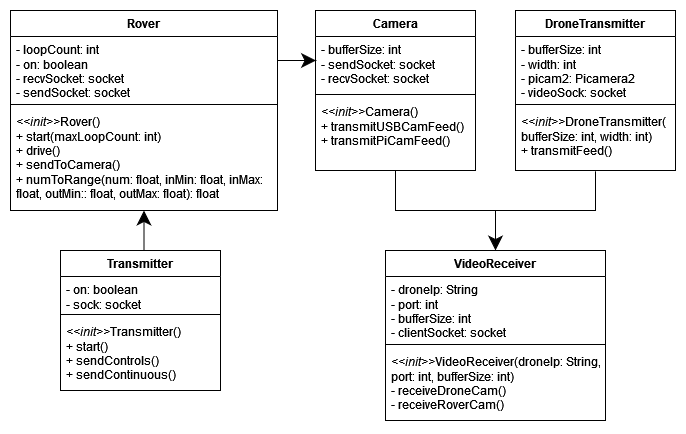
Earlier version of the draw.io export docs/WARDENUMLDiagram.png (njii-comet-2024/WARDEN). Source tidied: cells renumbered, new cells last; positions are measured from the earlier drawing's top-left corner, leaving out a move shared by most shapes. Source of this version:
```xml
<mxGraphModel background="#ffffff">
  <root>
    <mxCell id="0" />
    <mxCell id="1" parent="0" />
    <mxCell id="2" value="Rover" style="swimlane;fontStyle=1;align=center;verticalAlign=top;horizontal=1;startSize=26;whiteSpace=wrap;html=1;" parent="1" vertex="1">
      <mxGeometry width="267" height="200" as="geometry" />
    </mxCell>
    <mxCell id="3" value="&lt;div&gt;- loopCount: int&lt;/div&gt;&lt;div&gt;- on: boolean&lt;br&gt;&lt;/div&gt;&lt;div&gt;- recvSocket: socket&lt;/div&gt;&lt;div&gt;- sendSocket: socket&lt;br&gt;&lt;/div&gt;" style="text;strokeColor=none;fillColor=none;align=left;verticalAlign=top;spacingLeft=4;spacingRight=4;overflow=hidden;whiteSpace=wrap;html=1;" parent="2" vertex="1">
      <mxGeometry y="26" width="267" height="64" as="geometry" />
    </mxCell>
    <mxCell id="4" style="line;strokeWidth=1;fillColor=none;align=left;verticalAlign=middle;spacingTop=-1;spacingLeft=3;spacingRight=3;labelPosition=right;strokeColor=inherit;" parent="2" vertex="1">
      <mxGeometry y="90" width="267" height="8" as="geometry" />
    </mxCell>
    <mxCell id="5" value="&lt;div&gt;&lt;i&gt;&amp;lt;&amp;lt;init&amp;gt;&amp;gt;&lt;/i&gt;Rover()&lt;/div&gt;&lt;div&gt;+ start(maxLoopCount: int)&lt;/div&gt;&lt;div&gt;+ drive()&lt;/div&gt;&lt;div&gt;+ sendToCamera()&lt;br&gt;&lt;/div&gt;&lt;div&gt;+ numToRange(num: float, inMin: float, inMax: float, outMin:: float, outMax: float): float&lt;br&gt;&lt;/div&gt;" style="text;strokeColor=none;fillColor=none;align=left;verticalAlign=top;spacingLeft=4;spacingRight=4;overflow=hidden;points=[[0,0.5],[1,0.5]];portConstraint=eastwest;whiteSpace=wrap;html=1;" parent="2" vertex="1">
      <mxGeometry y="98" width="267" height="102" as="geometry" />
    </mxCell>
    <mxCell id="6" value="Camera" style="swimlane;fontStyle=1;align=center;verticalAlign=top;horizontal=1;startSize=26;whiteSpace=wrap;html=1;" parent="1" vertex="1">
      <mxGeometry x="305" width="160" height="160" as="geometry" />
    </mxCell>
    <mxCell id="7" value="&lt;div&gt;- bufferSize: int&lt;/div&gt;&lt;div&gt;- sendSocket: socket&lt;/div&gt;&lt;div&gt;- recvSocket: socket&lt;/div&gt;&lt;div&gt;&lt;br&gt;&lt;/div&gt;" style="text;strokeColor=none;fillColor=none;align=left;verticalAlign=top;spacingLeft=4;spacingRight=4;overflow=hidden;points=[[0,0.5],[1,0.5]];portConstraint=eastwest;whiteSpace=wrap;html=1;" parent="6" vertex="1">
      <mxGeometry y="26" width="160" height="54" as="geometry" />
    </mxCell>
    <mxCell id="8" style="line;strokeWidth=1;fillColor=none;align=left;verticalAlign=middle;spacingTop=-1;spacingLeft=3;spacingRight=3;labelPosition=right;strokeColor=inherit;" parent="6" vertex="1">
      <mxGeometry y="80" width="160" height="8" as="geometry" />
    </mxCell>
    <mxCell id="9" value="&lt;div&gt;&lt;i&gt;&amp;lt;&amp;lt;init&amp;gt;&amp;gt;&lt;/i&gt;Camera()&lt;/div&gt;&lt;div&gt;+ transmitUSBCamFeed()&lt;/div&gt;&lt;div&gt;+ transmitPiCamFeed()&lt;br&gt;&lt;/div&gt;" style="text;strokeColor=none;fillColor=none;align=left;verticalAlign=top;spacingLeft=4;spacingRight=4;overflow=hidden;whiteSpace=wrap;html=1;" parent="6" vertex="1">
      <mxGeometry y="88" width="160" height="72" as="geometry" />
    </mxCell>
    <mxCell id="10" value="Transmitter" style="swimlane;fontStyle=1;align=center;verticalAlign=top;horizontal=1;startSize=26;whiteSpace=wrap;html=1;" parent="1" vertex="1">
      <mxGeometry x="50" y="240" width="160" height="140" as="geometry" />
    </mxCell>
    <mxCell id="11" value="&lt;div&gt;- on: boolean&lt;/div&gt;&lt;div&gt;- sock: socket&lt;br&gt;&lt;/div&gt;" style="text;strokeColor=none;fillColor=none;align=left;verticalAlign=top;spacingLeft=4;spacingRight=4;overflow=hidden;whiteSpace=wrap;html=1;" parent="10" vertex="1">
      <mxGeometry y="26" width="160" height="34" as="geometry" />
    </mxCell>
    <mxCell id="12" style="line;strokeWidth=1;fillColor=none;align=left;verticalAlign=middle;spacingTop=-1;spacingLeft=3;spacingRight=3;labelPosition=right;strokeColor=inherit;" parent="10" vertex="1">
      <mxGeometry y="60" width="160" height="8" as="geometry" />
    </mxCell>
    <mxCell id="13" value="&lt;div&gt;&lt;i&gt;&amp;lt;&amp;lt;init&amp;gt;&amp;gt;&lt;/i&gt;Transmitter()&lt;/div&gt;&lt;div&gt;+ start()&lt;/div&gt;&lt;div&gt;+ sendControls()&lt;/div&gt;&lt;div&gt;+ sendContinuous()&lt;br&gt;&lt;/div&gt;" style="text;strokeColor=none;fillColor=none;align=left;verticalAlign=top;spacingLeft=4;spacingRight=4;overflow=hidden;whiteSpace=wrap;html=1;" parent="10" vertex="1">
      <mxGeometry y="68" width="160" height="72" as="geometry" />
    </mxCell>
    <mxCell id="14" value="DroneTransmitter" style="swimlane;fontStyle=1;align=center;verticalAlign=top;horizontal=1;startSize=26;whiteSpace=wrap;html=1;" parent="1" vertex="1">
      <mxGeometry x="505" width="160" height="160" as="geometry" />
    </mxCell>
    <mxCell id="15" value="&lt;div&gt;- bufferSize: int&lt;/div&gt;&lt;div&gt;- width: int&lt;/div&gt;&lt;div&gt;- picam2: Picamera2&lt;/div&gt;&lt;div&gt;- videoSock: socket&lt;br&gt;&lt;/div&gt;" style="text;strokeColor=none;fillColor=none;align=left;verticalAlign=top;spacingLeft=4;spacingRight=4;overflow=hidden;whiteSpace=wrap;html=1;" parent="14" vertex="1">
      <mxGeometry y="26" width="160" height="64" as="geometry" />
    </mxCell>
    <mxCell id="16" style="line;strokeWidth=1;fillColor=none;align=left;verticalAlign=middle;spacingTop=-1;spacingLeft=3;spacingRight=3;labelPosition=right;strokeColor=inherit;" parent="14" vertex="1">
      <mxGeometry y="90" width="160" height="8" as="geometry" />
    </mxCell>
    <mxCell id="17" value="&lt;div&gt;&lt;i&gt;&amp;lt;&amp;lt;init&amp;gt;&amp;gt;&lt;/i&gt;DroneTransmitter( bufferSize: int, width: int)&lt;/div&gt;&lt;div&gt;+ transmitFeed()&lt;br&gt;&lt;/div&gt;" style="text;strokeColor=none;fillColor=none;align=left;verticalAlign=top;spacingLeft=4;spacingRight=4;overflow=hidden;points=[[0,0.5],[1,0.5]];portConstraint=eastwest;whiteSpace=wrap;html=1;" parent="14" vertex="1">
      <mxGeometry y="98" width="160" height="62" as="geometry" />
    </mxCell>
    <mxCell id="18" style="edgeStyle=orthogonalEdgeStyle;rounded=0;jettySize=auto;html=1;exitX=0.5;exitY=0;exitDx=0;exitDy=0;startArrow=classic;startFill=1;endArrow=none;endFill=0;startSize=12;" parent="1" edge="1" source="19">
      <mxGeometry relative="1" as="geometry">
        <mxPoint x="485" y="200" as="targetPoint" />
      </mxGeometry>
    </mxCell>
    <mxCell id="19" value="VideoReceiver" style="swimlane;fontStyle=1;align=center;verticalAlign=top;horizontal=1;startSize=26;whiteSpace=wrap;html=1;" parent="1" vertex="1">
      <mxGeometry x="375" y="240" width="220" height="170" as="geometry" />
    </mxCell>
    <mxCell id="20" value="&lt;div&gt;- droneIp: String&lt;/div&gt;&lt;div&gt;- port: int&lt;/div&gt;&lt;div&gt;- bufferSize: int&lt;br&gt;&lt;/div&gt;&lt;div&gt;- clientSocket: socket&lt;br&gt;&lt;/div&gt;" style="text;strokeColor=none;fillColor=none;align=left;verticalAlign=top;spacingLeft=4;spacingRight=4;overflow=hidden;whiteSpace=wrap;html=1;" parent="19" vertex="1">
      <mxGeometry y="26" width="220" height="64" as="geometry" />
    </mxCell>
    <mxCell id="21" style="line;strokeWidth=1;fillColor=none;align=left;verticalAlign=middle;spacingTop=-1;spacingLeft=3;spacingRight=3;labelPosition=right;strokeColor=inherit;" parent="19" vertex="1">
      <mxGeometry y="90" width="220" height="8" as="geometry" />
    </mxCell>
    <mxCell id="22" value="&lt;div&gt;&lt;i&gt;&amp;lt;&amp;lt;init&amp;gt;&amp;gt;&lt;/i&gt;VideoReceiver(droneIp: String, port: int, bufferSize: int)&lt;/div&gt;&lt;div&gt;- receiveDroneCam()&lt;br&gt;&lt;/div&gt;&lt;div&gt;- receiveRoverCam()&lt;br&gt;&lt;/div&gt;" style="text;strokeColor=none;fillColor=none;align=left;verticalAlign=top;spacingLeft=4;spacingRight=4;overflow=hidden;whiteSpace=wrap;html=1;" parent="19" vertex="1">
      <mxGeometry y="98" width="220" height="72" as="geometry" />
    </mxCell>
    <mxCell id="23" style="edgeStyle=orthogonalEdgeStyle;rounded=0;jettySize=auto;html=1;exitX=0.5;exitY=0;exitDx=0;exitDy=0;entryX=0.5;entryY=1;entryDx=0;entryDy=0;entryPerimeter=0;endSize=12;" parent="1" edge="1" source="10" target="5">
      <mxGeometry relative="1" as="geometry" />
    </mxCell>
    <mxCell id="24" style="edgeStyle=orthogonalEdgeStyle;rounded=0;jettySize=auto;html=1;exitX=1;exitY=0.25;exitDx=0;exitDy=0;entryX=0.003;entryY=0.443;entryDx=0;entryDy=0;entryPerimeter=0;endSize=12;" parent="1" edge="1" source="2" target="7">
      <mxGeometry relative="1" as="geometry" />
    </mxCell>
    <mxCell id="25" style="edgeStyle=orthogonalEdgeStyle;rounded=0;jettySize=auto;html=1;exitX=0.5;exitY=1;exitDx=0;exitDy=0;entryX=0.5;entryY=1.013;entryDx=0;entryDy=0;entryPerimeter=0;endArrow=none;endFill=0;" parent="1" edge="1" source="6" target="17">
      <mxGeometry relative="1" as="geometry">
        <Array as="points">
          <mxPoint x="385" y="200" />
          <mxPoint x="585" y="200" />
        </Array>
      </mxGeometry>
    </mxCell>
  </root>
</mxGraphModel>
```
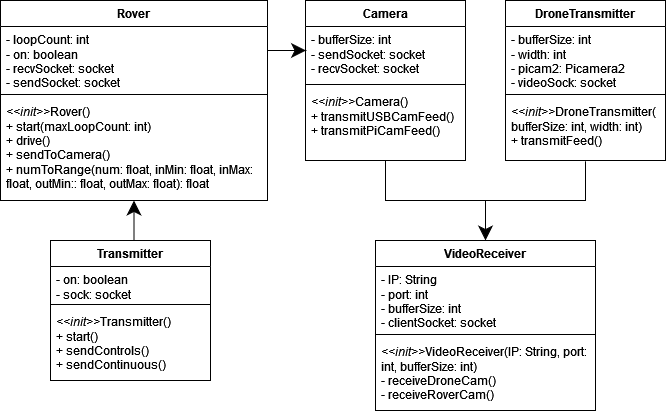
The same file after the commit.

What changed in the source:
```diff
@@ -58,13 +58,13 @@
     <mxCell id="19" value="VideoReceiver" style="swimlane;fontStyle=1;align=center;verticalAlign=top;horizontal=1;startSize=26;whiteSpace=wrap;html=1;" parent="1" vertex="1">
       <mxGeometry x="375" y="240" width="220" height="170" as="geometry" />
     </mxCell>
-    <mxCell id="20" value="&lt;div&gt;- droneIp: String&lt;/div&gt;&lt;div&gt;- port: int&lt;/div&gt;&lt;div&gt;- bufferSize: int&lt;br&gt;&lt;/div&gt;&lt;div&gt;- clientSocket: socket&lt;br&gt;&lt;/div&gt;" style="text;strokeColor=none;fillColor=none;align=left;verticalAlign=top;spacingLeft=4;spacingRight=4;overflow=hidden;whiteSpace=wrap;html=1;" parent="19" vertex="1">
+    <mxCell id="20" value="&lt;div&gt;- IP: String&lt;/div&gt;&lt;div&gt;- port: int&lt;/div&gt;&lt;div&gt;- bufferSize: int&lt;br&gt;&lt;/div&gt;&lt;div&gt;- clientSocket: socket&lt;br&gt;&lt;/div&gt;" style="text;strokeColor=none;fillColor=none;align=left;verticalAlign=top;spacingLeft=4;spacingRight=4;overflow=hidden;whiteSpace=wrap;html=1;" parent="19" vertex="1">
       <mxGeometry y="26" width="220" height="64" as="geometry" />
     </mxCell>
     <mxCell id="21" style="line;strokeWidth=1;fillColor=none;align=left;verticalAlign=middle;spacingTop=-1;spacingLeft=3;spacingRight=3;labelPosition=right;strokeColor=inherit;" parent="19" vertex="1">
       <mxGeometry y="90" width="220" height="8" as="geometry" />
     </mxCell>
-    <mxCell id="22" value="&lt;div&gt;&lt;i&gt;&amp;lt;&amp;lt;init&amp;gt;&amp;gt;&lt;/i&gt;VideoReceiver(droneIp: String, port: int, bufferSize: int)&lt;/div&gt;&lt;div&gt;- receiveDroneCam()&lt;br&gt;&lt;/div&gt;&lt;div&gt;- receiveRoverCam()&lt;br&gt;&lt;/div&gt;" style="text;strokeColor=none;fillColor=none;align=left;verticalAlign=top;spacingLeft=4;spacingRight=4;overflow=hidden;whiteSpace=wrap;html=1;" parent="19" vertex="1">
+    <mxCell id="22" value="&lt;div&gt;&lt;i&gt;&amp;lt;&amp;lt;init&amp;gt;&amp;gt;&lt;/i&gt;VideoReceiver(IP: String, port: int, bufferSize: int)&lt;/div&gt;&lt;div&gt;- receiveDroneCam()&lt;br&gt;&lt;/div&gt;&lt;div&gt;- receiveRoverCam()&lt;br&gt;&lt;/div&gt;" style="text;strokeColor=none;fillColor=none;align=left;verticalAlign=top;spacingLeft=4;spacingRight=4;overflow=hidden;whiteSpace=wrap;html=1;" parent="19" vertex="1">
       <mxGeometry y="98" width="220" height="72" as="geometry" />
     </mxCell>
     <mxCell id="23" style="edgeStyle=orthogonalEdgeStyle;rounded=0;jettySize=auto;html=1;exitX=0.5;exitY=0;exitDx=0;exitDy=0;entryX=0.5;entryY=1;entryDx=0;entryDy=0;entryPerimeter=0;endSize=12;" parent="1" edge="1" source="10" target="5">
```
